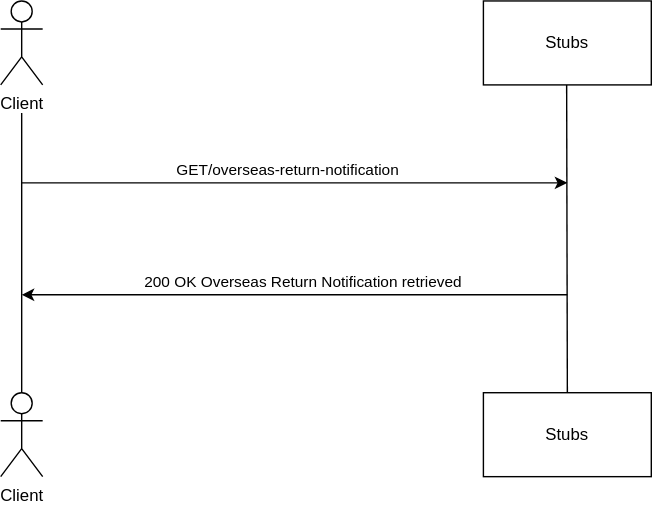
Before: source/documentation/figures/retrieveorn-test-sequence.svg, a diagram exported from draw.io (hmrc/pillar2-service-guide). Source tidied: cells renumbered, new cells last; positions are measured from the earlier drawing's top-left corner, leaving out a move shared by most shapes. Source of this version:
```xml
<mxGraphModel>
  <root>
    <mxCell id="0" />
    <mxCell id="1" parent="0" />
    <mxCell id="2" value="Client" style="shape=umlActor;verticalLabelPosition=bottom;verticalAlign=top;html=1;" parent="1" vertex="1">
      <mxGeometry width="30" height="60" as="geometry" />
    </mxCell>
    <mxCell id="3" value="Client" style="shape=umlActor;verticalLabelPosition=bottom;verticalAlign=top;html=1;" parent="1" vertex="1">
      <mxGeometry y="280" width="30" height="60" as="geometry" />
    </mxCell>
    <mxCell id="4" style="endArrow=none;html=1;rounded=0;" parent="1" edge="1">
      <mxGeometry relative="1" as="geometry">
        <mxPoint x="15" y="280" as="sourcePoint" />
        <mxPoint x="15" y="80" as="targetPoint" />
      </mxGeometry>
    </mxCell>
    <mxCell id="5" value="Stubs" style="rounded=0;whiteSpace=wrap;html=1;" parent="1" vertex="1">
      <mxGeometry x="345" width="120" height="60" as="geometry" />
    </mxCell>
    <mxCell id="6" value="Stubs" style="rounded=0;whiteSpace=wrap;html=1;" parent="1" vertex="1">
      <mxGeometry x="345" y="280" width="120" height="60" as="geometry" />
    </mxCell>
    <mxCell id="7" style="endArrow=none;html=1;rounded=0;exitX=0.5;exitY=0;exitDx=0;exitDy=0;" parent="1" edge="1" source="6">
      <mxGeometry relative="1" as="geometry">
        <mxPoint x="404.5" y="60" as="targetPoint" />
      </mxGeometry>
    </mxCell>
    <mxCell id="8" style="endArrow=classic;html=1;rounded=0;" parent="1" edge="1">
      <mxGeometry relative="1" as="geometry">
        <mxPoint x="15" y="130" as="sourcePoint" />
        <mxPoint x="405" y="130" as="targetPoint" />
      </mxGeometry>
    </mxCell>
    <mxCell id="9" value="GET/overseas-return-notification" style="edgeLabel;html=1;align=center;verticalAlign=middle;" parent="8" vertex="1">
      <mxGeometry x="-0.15" y="-2" relative="1" as="geometry">
        <mxPoint x="23" y="-12" as="offset" />
      </mxGeometry>
    </mxCell>
    <mxCell id="10" style="endArrow=classic;html=1;rounded=0;" parent="1" edge="1">
      <mxGeometry relative="1" as="geometry">
        <mxPoint x="405" y="210" as="sourcePoint" />
        <mxPoint x="15" y="210" as="targetPoint" />
      </mxGeometry>
    </mxCell>
    <mxCell id="11" value="200 OK Overseas Return Notification retrieved" style="edgeLabel;html=1;align=center;verticalAlign=middle;" parent="10" vertex="1">
      <mxGeometry y="2" relative="1" as="geometry">
        <mxPoint x="5" y="-12" as="offset" />
      </mxGeometry>
    </mxCell>
  </root>
</mxGraphModel>
```
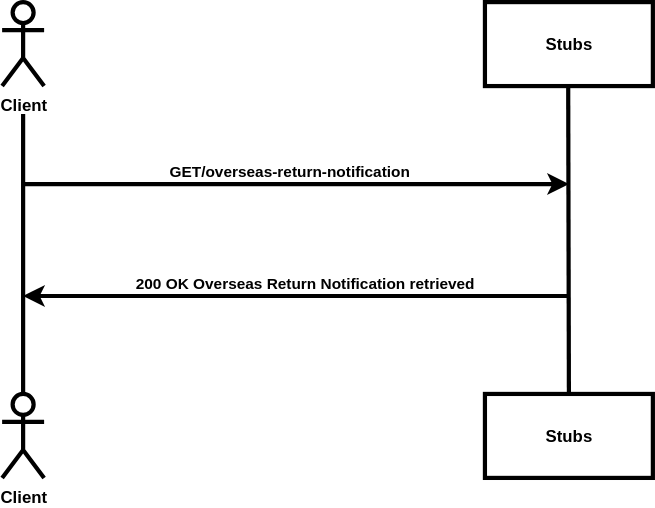
Above is the later version.

Change to the diagram source:
```diff
@@ -2,47 +2,47 @@
   <root>
     <mxCell id="0" />
     <mxCell id="1" parent="0" />
-    <mxCell id="2" value="Client" style="shape=umlActor;verticalLabelPosition=bottom;verticalAlign=top;html=1;" parent="1" vertex="1">
+    <mxCell id="2" value="Client" style="shape=umlActor;verticalLabelPosition=bottom;verticalAlign=top;html=1;fontStyle=1;strokeWidth=3;" parent="1" vertex="1">
       <mxGeometry width="30" height="60" as="geometry" />
     </mxCell>
-    <mxCell id="3" value="Client" style="shape=umlActor;verticalLabelPosition=bottom;verticalAlign=top;html=1;" parent="1" vertex="1">
+    <mxCell id="3" value="Client" style="shape=umlActor;verticalLabelPosition=bottom;verticalAlign=top;html=1;fontStyle=1;strokeWidth=3;" parent="1" vertex="1">
       <mxGeometry y="280" width="30" height="60" as="geometry" />
     </mxCell>
-    <mxCell id="4" style="endArrow=none;html=1;rounded=0;" parent="1" edge="1">
+    <mxCell id="4" style="endArrow=none;html=1;rounded=0;fontStyle=1;strokeWidth=3;" parent="1" edge="1">
       <mxGeometry relative="1" as="geometry">
         <mxPoint x="15" y="280" as="sourcePoint" />
         <mxPoint x="15" y="80" as="targetPoint" />
       </mxGeometry>
     </mxCell>
-    <mxCell id="5" value="Stubs" style="rounded=0;whiteSpace=wrap;html=1;" parent="1" vertex="1">
+    <mxCell id="5" value="Stubs" style="rounded=0;whiteSpace=wrap;html=1;fontStyle=1;strokeWidth=3;" parent="1" vertex="1">
       <mxGeometry x="345" width="120" height="60" as="geometry" />
     </mxCell>
-    <mxCell id="6" value="Stubs" style="rounded=0;whiteSpace=wrap;html=1;" parent="1" vertex="1">
+    <mxCell id="6" value="Stubs" style="rounded=0;whiteSpace=wrap;html=1;fontStyle=1;strokeWidth=3;" parent="1" vertex="1">
       <mxGeometry x="345" y="280" width="120" height="60" as="geometry" />
     </mxCell>
-    <mxCell id="7" style="endArrow=none;html=1;rounded=0;exitX=0.5;exitY=0;exitDx=0;exitDy=0;" parent="1" edge="1" source="6">
+    <mxCell id="7" style="endArrow=none;html=1;rounded=0;exitX=0.5;exitY=0;exitDx=0;exitDy=0;fontStyle=1;strokeWidth=3;" parent="1" edge="1" source="6">
       <mxGeometry relative="1" as="geometry">
         <mxPoint x="404.5" y="60" as="targetPoint" />
       </mxGeometry>
     </mxCell>
-    <mxCell id="8" style="endArrow=classic;html=1;rounded=0;" parent="1" edge="1">
+    <mxCell id="8" style="endArrow=classic;html=1;rounded=0;fontStyle=1;strokeWidth=3;" parent="1" edge="1">
       <mxGeometry relative="1" as="geometry">
         <mxPoint x="15" y="130" as="sourcePoint" />
         <mxPoint x="405" y="130" as="targetPoint" />
       </mxGeometry>
     </mxCell>
-    <mxCell id="9" value="GET/overseas-return-notification" style="edgeLabel;html=1;align=center;verticalAlign=middle;" parent="8" vertex="1">
+    <mxCell id="9" value="GET/overseas-return-notification" style="edgeLabel;html=1;align=center;verticalAlign=middle;fontStyle=1;" parent="8" vertex="1">
       <mxGeometry x="-0.15" y="-2" relative="1" as="geometry">
         <mxPoint x="23" y="-12" as="offset" />
       </mxGeometry>
     </mxCell>
-    <mxCell id="10" style="endArrow=classic;html=1;rounded=0;" parent="1" edge="1">
+    <mxCell id="10" style="endArrow=classic;html=1;rounded=0;fontStyle=1;strokeWidth=3;" parent="1" edge="1">
       <mxGeometry relative="1" as="geometry">
         <mxPoint x="405" y="210" as="sourcePoint" />
         <mxPoint x="15" y="210" as="targetPoint" />
       </mxGeometry>
     </mxCell>
-    <mxCell id="11" value="200 OK Overseas Return Notification retrieved" style="edgeLabel;html=1;align=center;verticalAlign=middle;" parent="10" vertex="1">
+    <mxCell id="11" value="200 OK Overseas Return Notification retrieved" style="edgeLabel;html=1;align=center;verticalAlign=middle;fontStyle=1;" parent="10" vertex="1">
       <mxGeometry y="2" relative="1" as="geometry">
         <mxPoint x="5" y="-12" as="offset" />
       </mxGeometry>
```
